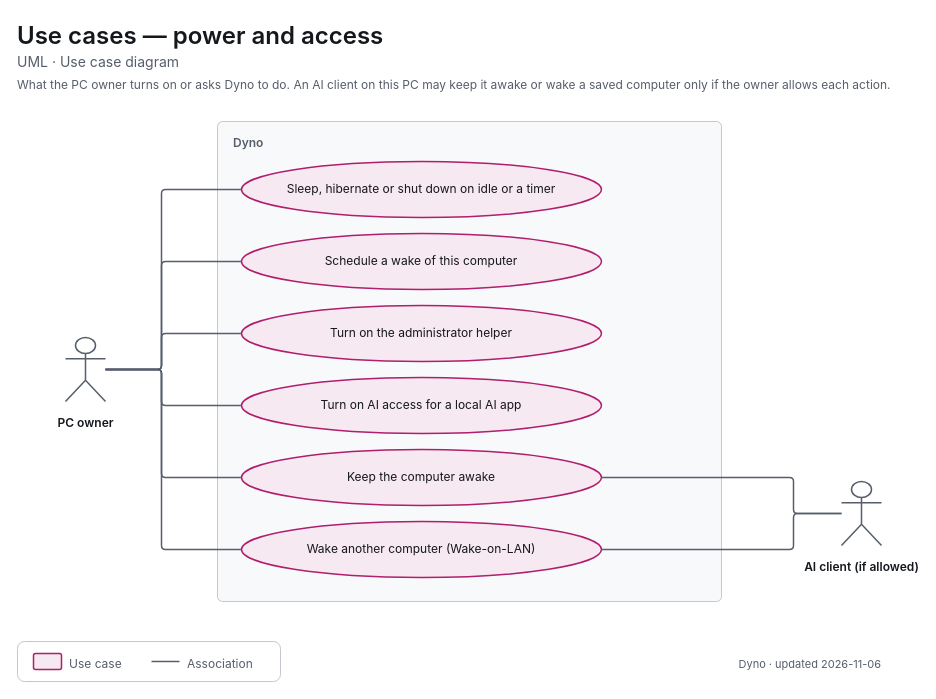
decryp7/paddock keeps this draw.io diagram as apps/dyno/diagrams/uml-use-cases-power.drawio. Above is the earlier version. Source tidied: cells renumbered, new cells numbered last; positions are measured from the earlier drawing's top-left corner, leaving out a move shared by most shapes. Both pictures are drawn from the tidied source at 100%, with x=0, y=0 at pixel (17, 17).
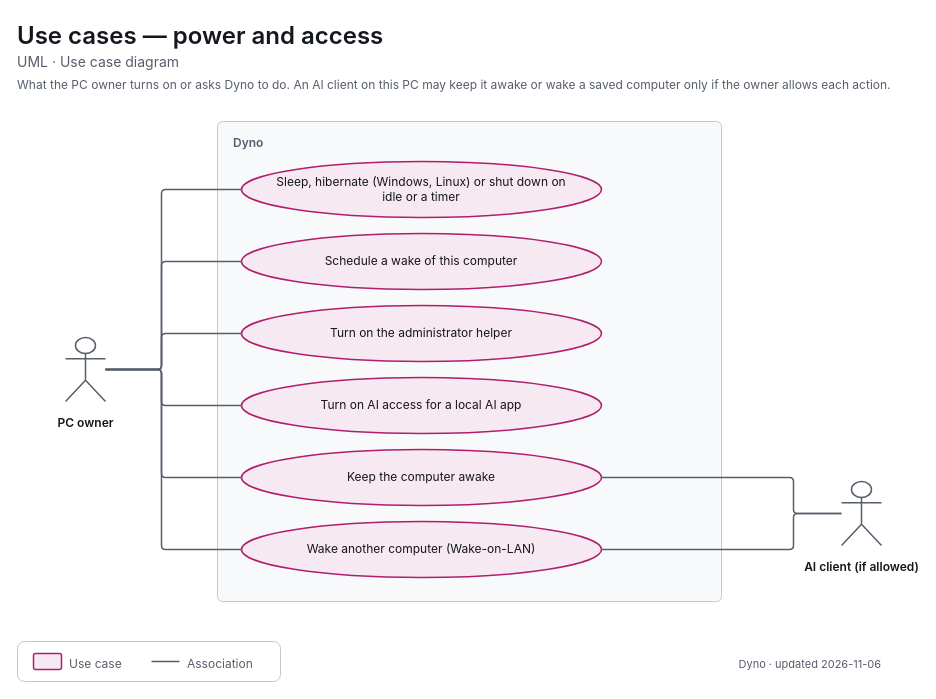
After the change.

What changed in the source:
```diff
@@
-    <mxCell id="6" value="&lt;span style=&quot;font-size:12px&quot;&gt;Sleep, hibernate or shut down on idle or a timer&lt;/span&gt;" style="html=1;whiteSpace=wrap;fontFamily=-apple-system,BlinkMacSystemFont,Segoe UI,system-ui,sans-serif;fontSize=12;fontColor=light-dark(#14171C,#ECEEF1);ellipse;strokeWidth=1.5;strokeColor=light-dark(#B01E6E,#F063A8);fillColor=light-dark(#F7E9F1,#382332);align=center;verticalAlign=middle;spacingLeft=28;spacingRight=28;" parent="1" vertex="1">
+    <mxCell id="6" value="&lt;span style=&quot;font-size:12px&quot;&gt;Sleep, hibernate (Windows, Linux) or shut down on idle or a timer&lt;/span&gt;" style="html=1;whiteSpace=wrap;fontFamily=-apple-system,BlinkMacSystemFont,Segoe UI,system-ui,sans-serif;fontSize=12;fontColor=light-dark(#14171C,#ECEEF1);ellipse;strokeWidth=1.5;strokeColor=light-dark(#B01E6E,#F063A8);fillColor=light-dark(#F7E9F1,#382332);align=center;verticalAlign=middle;spacingLeft=28;spacingRight=28;" parent="1" vertex="1">
       <mxGeometry x="224" y="144" width="360" height="56" as="geometry" />
     </mxCell>
```
